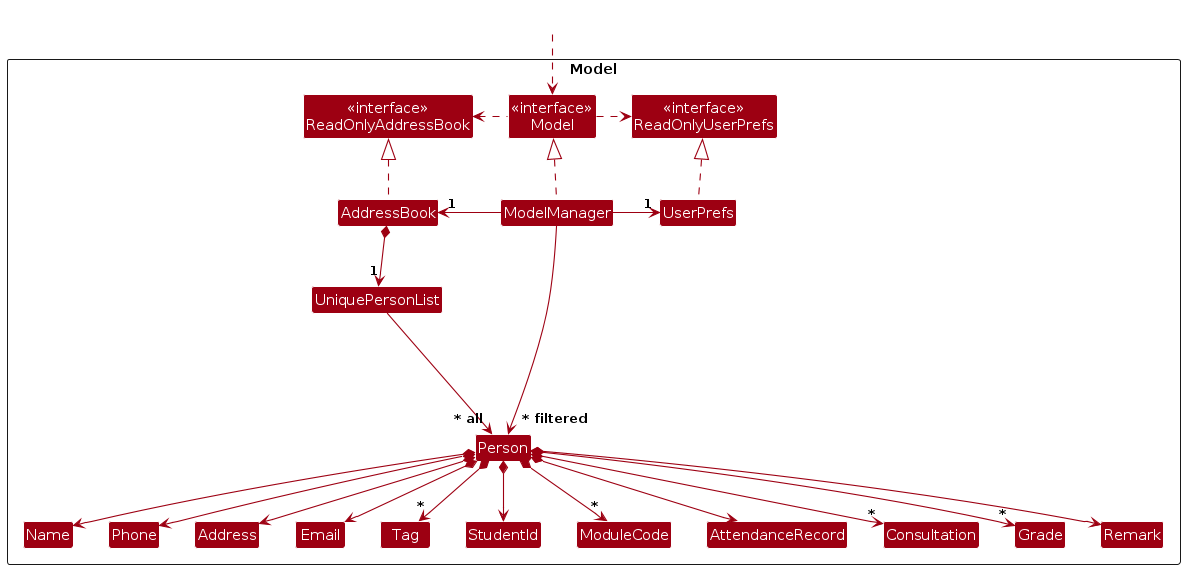
This is diagrams/ModelClassDiagram.png from jing-xiang-choong/tp, a PlantUML export, as it was before one commit. Its source is kept beside it as diagrams/ModelClassDiagram.puml.
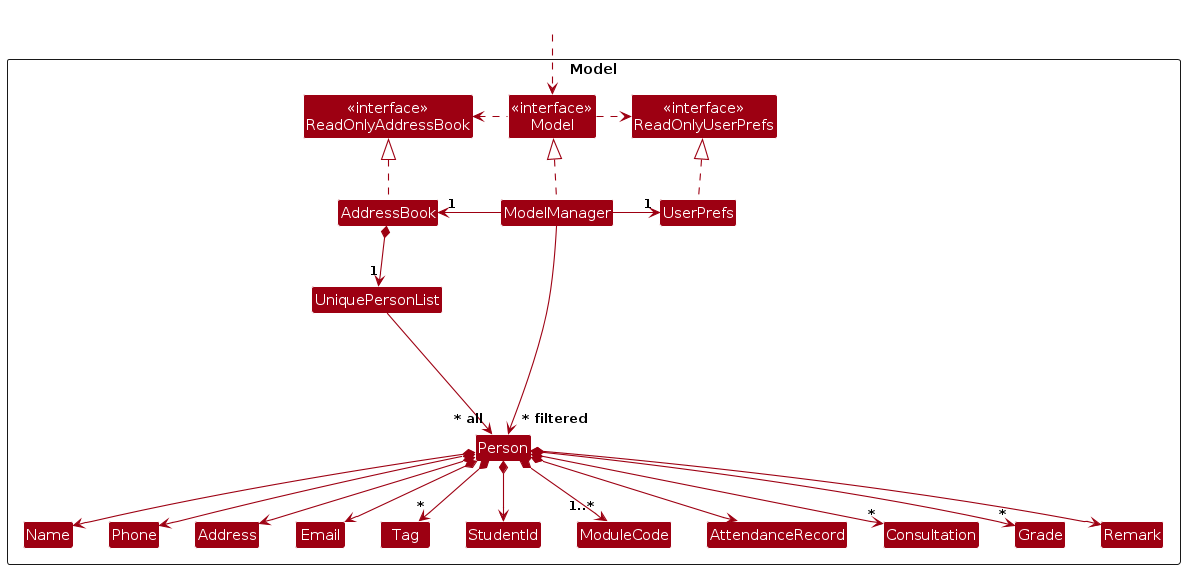
Above is the later version.

The edit, as a diff of the source:
```diff
@@ -49,7 +49,7 @@
 Person *--> Address
 Person *--> "*" Tag
 Person *--> StudentId
-Person *--> "*" ModuleCode
+Person *--> "1..*" ModuleCode
 Person *--> AttendanceRecord
 Person *--> "*" Consultation
 Person *--> "*" Grade
```
